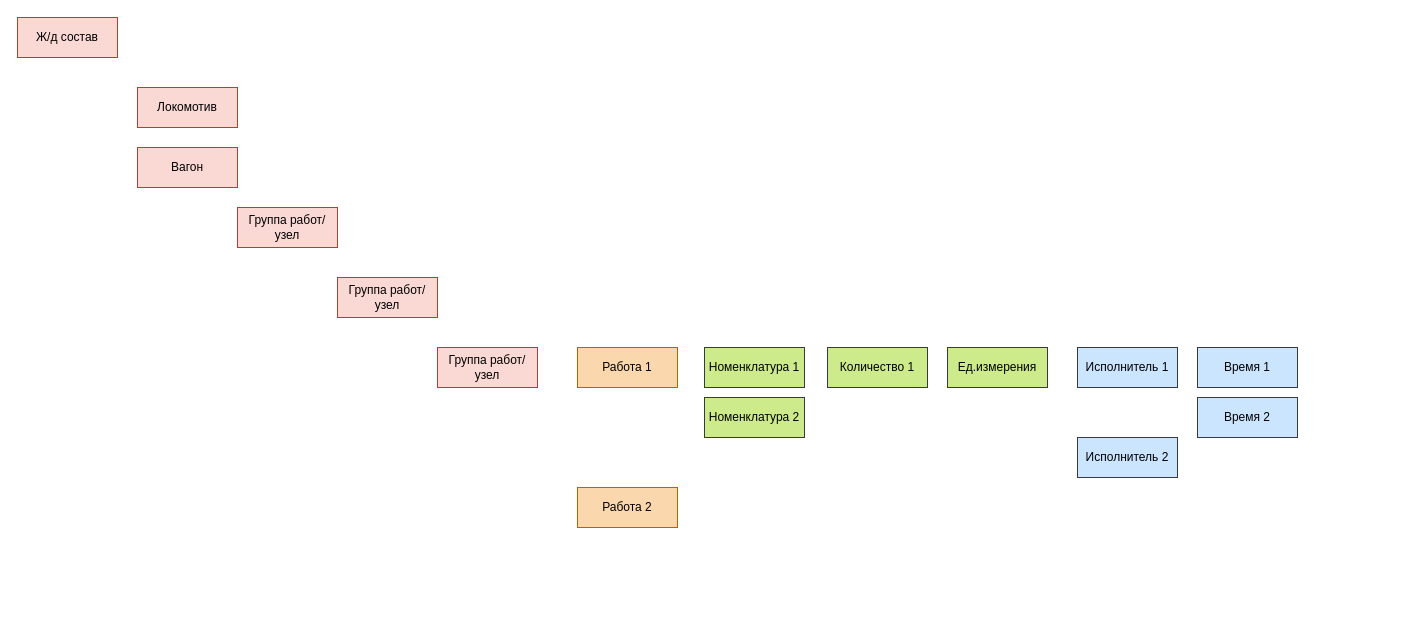
Earlier version of the draw.io diagram Draft_1.drawio (tvolodi/abitech). Source tidied: cells renumbered, new cells numbered last; positions are measured from the earlier drawing's top-left corner, leaving out a move shared by most shapes. Both pictures are drawn from the tidied source at 100%, with x=0, y=0 at pixel (17, 17).
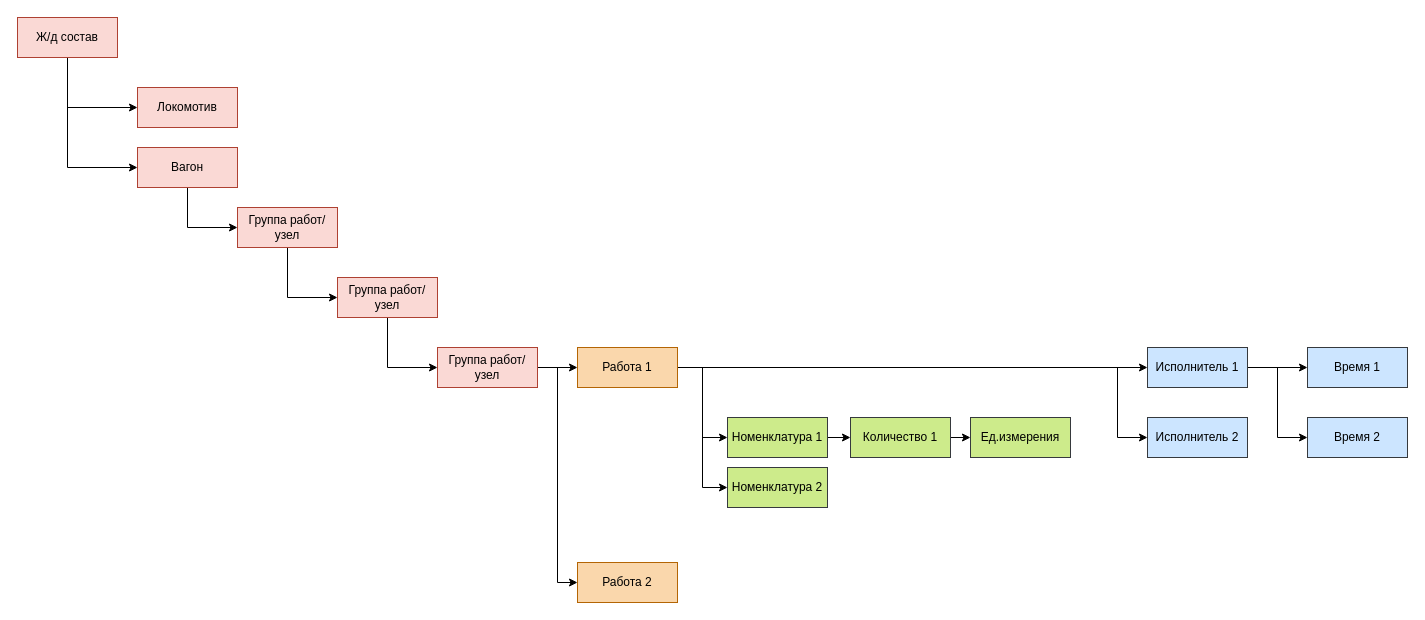
The same page after the edit.

The change refers to these unchanged cells:
```xml
<mxCell id="2" value="Ж/д состав" style="whiteSpace=wrap;html=1;align=center;fillColor=#fad9d5;strokeColor=#ae4132;" parent="1" vertex="1">
  <mxGeometry width="100" height="40" as="geometry" />
</mxCell>
<mxCell id="3" value="Локомотив" style="whiteSpace=wrap;html=1;align=center;fillColor=#fad9d5;strokeColor=#ae4132;" parent="1" vertex="1">
  <mxGeometry x="120" y="70" width="100" height="40" as="geometry" />
</mxCell>
<mxCell id="4" value="Вагон" style="whiteSpace=wrap;html=1;align=center;fillColor=#fad9d5;strokeColor=#ae4132;" parent="1" vertex="1">
  <mxGeometry x="120" y="130" width="100" height="40" as="geometry" />
</mxCell>
<mxCell id="5" value="Группа работ/узел" style="whiteSpace=wrap;html=1;align=center;fillColor=#fad9d5;strokeColor=#ae4132;" parent="1" vertex="1">
  <mxGeometry x="220" y="190" width="100" height="40" as="geometry" />
</mxCell>
<mxCell id="6" value="Группа работ/узел" style="whiteSpace=wrap;html=1;align=center;fillColor=#fad9d5;strokeColor=#ae4132;" parent="1" vertex="1">
  <mxGeometry x="320" y="260" width="100" height="40" as="geometry" />
</mxCell>
<mxCell id="7" value="Группа работ/узел" style="whiteSpace=wrap;html=1;align=center;fillColor=#fad9d5;strokeColor=#ae4132;" parent="1" vertex="1">
  <mxGeometry x="420" y="330" width="100" height="40" as="geometry" />
</mxCell>
<mxCell id="8" value="Работа 1" style="whiteSpace=wrap;html=1;align=center;fillColor=#fad7ac;strokeColor=#b46504;" parent="1" vertex="1">
  <mxGeometry x="560" y="330" width="100" height="40" as="geometry" />
</mxCell>
```

What changed in the source:
```diff
@@
+    <mxCell id="18" style="edgeStyle=orthogonalEdgeStyle;rounded=0;jettySize=auto;html=1;entryX=0;entryY=0.5;entryDx=0;entryDy=0;exitX=0.5;exitY=1;exitDx=0;exitDy=0;" parent="1" edge="1" source="2" target="3">
+      <mxGeometry relative="1" as="geometry" />
+    </mxCell>
+    <mxCell id="19" style="edgeStyle=orthogonalEdgeStyle;rounded=0;jettySize=auto;html=1;exitX=0.5;exitY=1;exitDx=0;exitDy=0;entryX=0;entryY=0.5;entryDx=0;entryDy=0;" parent="1" edge="1" source="2" target="4">
+      <mxGeometry relative="1" as="geometry" />
+    </mxCell>
@@
+    <mxCell id="20" style="edgeStyle=orthogonalEdgeStyle;rounded=0;jettySize=auto;html=1;exitX=0.5;exitY=1;exitDx=0;exitDy=0;entryX=0;entryY=0.5;entryDx=0;entryDy=0;" parent="1" edge="1" source="4" target="5">
+      <mxGeometry relative="1" as="geometry" />
+    </mxCell>
@@
+    <mxCell id="21" style="edgeStyle=orthogonalEdgeStyle;rounded=0;jettySize=auto;html=1;exitX=0.5;exitY=1;exitDx=0;exitDy=0;entryX=0;entryY=0.5;entryDx=0;entryDy=0;" parent="1" edge="1" source="5" target="6">
+      <mxGeometry relative="1" as="geometry" />
+    </mxCell>
@@
+    <mxCell id="22" style="edgeStyle=orthogonalEdgeStyle;rounded=0;jettySize=auto;html=1;exitX=0.5;exitY=1;exitDx=0;exitDy=0;entryX=0;entryY=0.5;entryDx=0;entryDy=0;" parent="1" edge="1" source="6" target="7">
+      <mxGeometry relative="1" as="geometry" />
+    </mxCell>
@@
+    <mxCell id="23" style="edgeStyle=orthogonalEdgeStyle;rounded=0;jettySize=auto;html=1;exitX=1;exitY=0.5;exitDx=0;exitDy=0;entryX=0;entryY=0.5;entryDx=0;entryDy=0;" parent="1" edge="1" source="7" target="8">
+      <mxGeometry relative="1" as="geometry" />
+    </mxCell>
+    <mxCell id="24" style="edgeStyle=orthogonalEdgeStyle;rounded=0;jettySize=auto;html=1;exitX=1;exitY=0.5;exitDx=0;exitDy=0;entryX=0;entryY=0.5;entryDx=0;entryDy=0;" parent="1" edge="1" source="7" target="9">
+      <mxGeometry relative="1" as="geometry" />
+    </mxCell>
@@
+    <mxCell id="25" style="edgeStyle=orthogonalEdgeStyle;rounded=0;jettySize=auto;html=1;exitX=1;exitY=0.5;exitDx=0;exitDy=0;entryX=0;entryY=0.5;entryDx=0;entryDy=0;" parent="1" edge="1" source="8" target="14">
+      <mxGeometry relative="1" as="geometry" />
+    </mxCell>
+    <mxCell id="26" style="edgeStyle=orthogonalEdgeStyle;rounded=0;jettySize=auto;html=1;exitX=1;exitY=0.5;exitDx=0;exitDy=0;entryX=0;entryY=0.5;entryDx=0;entryDy=0;" parent="1" edge="1" source="8" target="15">
+      <mxGeometry relative="1" as="geometry">
+        <Array as="points">
+          <mxPoint x="1100" y="350" />
+          <mxPoint x="1100" y="420" />
+        </Array>
+      </mxGeometry>
+    </mxCell>
+    <mxCell id="27" style="edgeStyle=orthogonalEdgeStyle;rounded=0;jettySize=auto;html=1;exitX=1;exitY=0.5;exitDx=0;exitDy=0;entryX=0;entryY=0.5;entryDx=0;entryDy=0;" parent="1" edge="1" source="8" target="10">
+      <mxGeometry relative="1" as="geometry" />
+    </mxCell>
+    <mxCell id="28" style="edgeStyle=orthogonalEdgeStyle;rounded=0;jettySize=auto;html=1;exitX=1;exitY=0.5;exitDx=0;exitDy=0;entryX=0;entryY=0.5;entryDx=0;entryDy=0;" parent="1" edge="1" source="8" target="11">
+      <mxGeometry relative="1" as="geometry" />
+    </mxCell>
@@
     <mxCell id="9" value="Работа 2" style="whiteSpace=wrap;html=1;align=center;fillColor=#fad7ac;strokeColor=#b46504;" parent="1" vertex="1">
-      <mxGeometry x="560" y="470" width="100" height="40" as="geometry" />
+      <mxGeometry x="560" y="545" width="100" height="40" as="geometry" />
     </mxCell>
+    <mxCell id="29" style="edgeStyle=orthogonalEdgeStyle;rounded=0;jettySize=auto;html=1;exitX=1;exitY=0.5;exitDx=0;exitDy=0;entryX=0;entryY=0.5;entryDx=0;entryDy=0;" parent="1" edge="1" source="10" target="12">
+      <mxGeometry relative="1" as="geometry" />
+    </mxCell>
     <mxCell id="10" value="Номенклатура 1" style="whiteSpace=wrap;html=1;align=center;fillColor=#cdeb8b;strokeColor=#36393d;" parent="1" vertex="1">
-      <mxGeometry x="687" y="330" width="100" height="40" as="geometry" />
+      <mxGeometry x="710" y="400" width="100" height="40" as="geometry" />
     </mxCell>
     <mxCell id="11" value="Номенклатура 2" style="whiteSpace=wrap;html=1;align=center;fillColor=#cdeb8b;strokeColor=#36393d;" parent="1" vertex="1">
-      <mxGeometry x="687" y="380" width="100" height="40" as="geometry" />
+      <mxGeometry x="710" y="450" width="100" height="40" as="geometry" />
     </mxCell>
+    <mxCell id="30" style="edgeStyle=orthogonalEdgeStyle;rounded=0;jettySize=auto;html=1;exitX=1;exitY=0.5;exitDx=0;exitDy=0;entryX=0;entryY=0.5;entryDx=0;entryDy=0;" parent="1" edge="1" source="12" target="13">
+      <mxGeometry relative="1" as="geometry" />
+    </mxCell>
     <mxCell id="12" value="Количество 1" style="whiteSpace=wrap;html=1;align=center;fillColor=#cdeb8b;strokeColor=#36393d;" parent="1" vertex="1">
-      <mxGeometry x="810" y="330" width="100" height="40" as="geometry" />
+      <mxGeometry x="833" y="400" width="100" height="40" as="geometry" />
     </mxCell>
     <mxCell id="13" value="Ед.измерения" style="whiteSpace=wrap;html=1;align=center;fillColor=#cdeb8b;strokeColor=#36393d;" parent="1" vertex="1">
-      <mxGeometry x="930" y="330" width="100" height="40" as="geometry" />
+      <mxGeometry x="953" y="400" width="100" height="40" as="geometry" />
     </mxCell>
+    <mxCell id="31" style="edgeStyle=orthogonalEdgeStyle;rounded=0;jettySize=auto;html=1;exitX=1;exitY=0.5;exitDx=0;exitDy=0;entryX=0;entryY=0.5;entryDx=0;entryDy=0;" parent="1" edge="1" source="14" target="16">
+      <mxGeometry relative="1" as="geometry" />
+    </mxCell>
+    <mxCell id="32" style="edgeStyle=orthogonalEdgeStyle;rounded=0;jettySize=auto;html=1;exitX=1;exitY=0.5;exitDx=0;exitDy=0;entryX=0;entryY=0.5;entryDx=0;entryDy=0;" parent="1" edge="1" source="14" target="17">
+      <mxGeometry relative="1" as="geometry" />
+    </mxCell>
     <mxCell id="14" value="Исполнитель 1" style="whiteSpace=wrap;html=1;align=center;fillColor=#cce5ff;strokeColor=#36393d;" parent="1" vertex="1">
-      <mxGeometry x="1060" y="330" width="100" height="40" as="geometry" />
+      <mxGeometry x="1130" y="330" width="100" height="40" as="geometry" />
     </mxCell>
     <mxCell id="15" value="Исполнитель 2" style="whiteSpace=wrap;html=1;align=center;fillColor=#cce5ff;strokeColor=#36393d;" parent="1" vertex="1">
-      <mxGeometry x="1060" y="420" width="100" height="40" as="geometry" />
+      <mxGeometry x="1130" y="400" width="100" height="40" as="geometry" />
     </mxCell>
     <mxCell id="16" value="Время 1" style="whiteSpace=wrap;html=1;align=center;fillColor=#cce5ff;strokeColor=#36393d;" parent="1" vertex="1">
-      <mxGeometry x="1180" y="330" width="100" height="40" as="geometry" />
+      <mxGeometry x="1290" y="330" width="100" height="40" as="geometry" />
     </mxCell>
     <mxCell id="17" value="Время 2" style="whiteSpace=wrap;html=1;align=center;fillColor=#cce5ff;strokeColor=#36393d;" parent="1" vertex="1">
-      <mxGeometry x="1180" y="380" width="100" height="40" as="geometry" />
+      <mxGeometry x="1290" y="400" width="100" height="40" as="geometry" />
     </mxCell>
```
